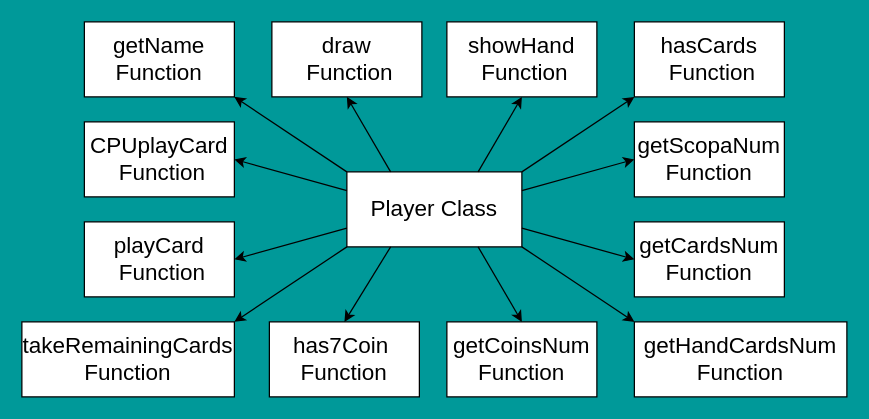
The draw.io diagram page "Player Function" (5 of 5) of Scopa python game/Scopa Game flowchart/Scopa Game Flowchart.drawio in ABellassai/ACC-AlessandroB2, before the edit. Source tidied: cells renumbered, new cells numbered last; positions are measured from the earlier drawing's top-left corner, leaving out a move shared by most shapes. Both pictures are drawn from the tidied source at 125%, with x=0, y=0 at pixel (21, 21).
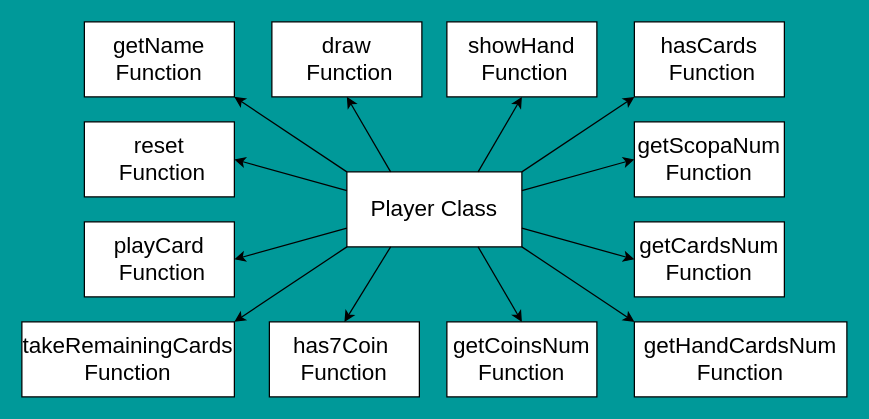
Above is the later version.

Diff of the diagram source:
```diff
@@
-    <mxCell id="8" value="CPUplayCard&lt;br&gt;&amp;nbsp;Function" style="rounded=0;whiteSpace=wrap;html=1;fontSize=18;" parent="1" vertex="1">
+    <mxCell id="8" value="reset&lt;br&gt;&amp;nbsp;Function" style="rounded=0;whiteSpace=wrap;html=1;fontSize=18;" parent="1" vertex="1">
       <mxGeometry x="50" y="80" width="120" height="60" as="geometry" />
     </mxCell>
```
